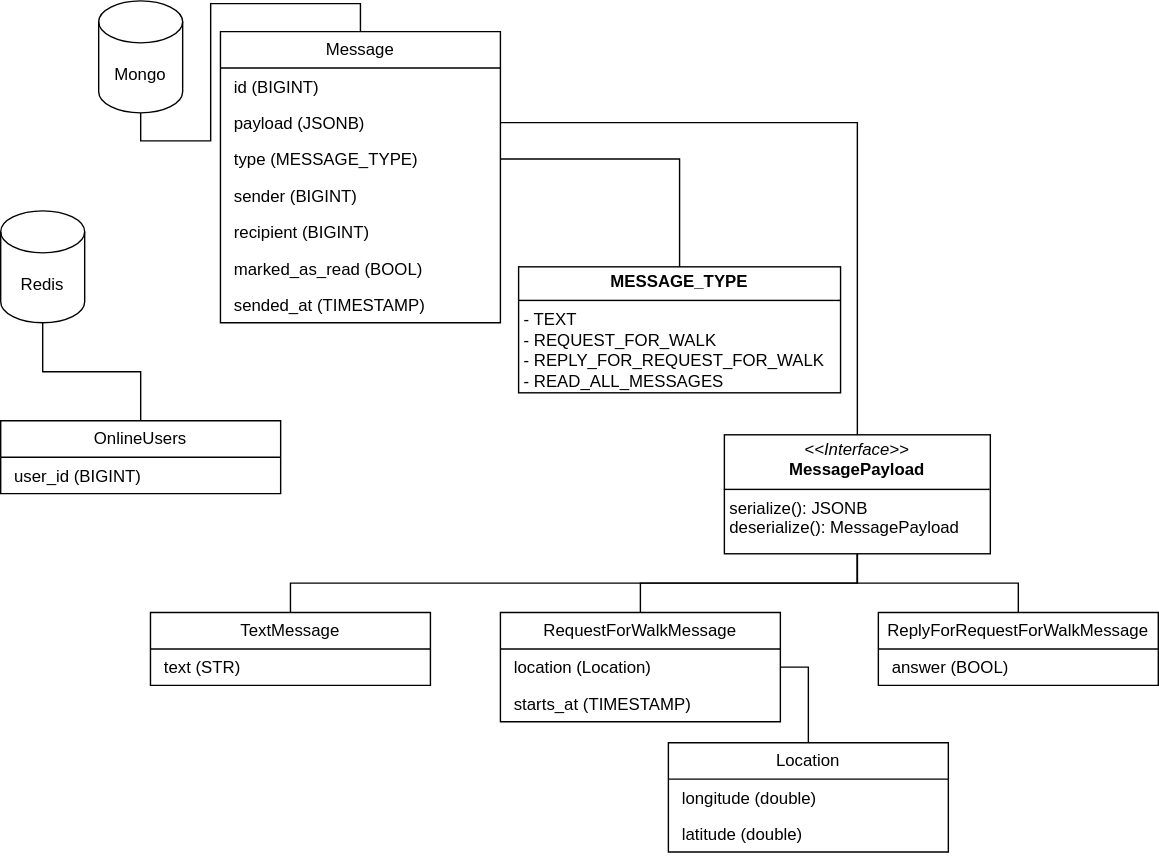
This is doc/img/domain_model.drawio.svg from ru-random-walk/chat-service, a draw.io export, as it was before one commit. Source tidied: cells renumbered, new cells last; positions are measured from the earlier drawing's top-left corner, leaving out a move shared by most shapes.
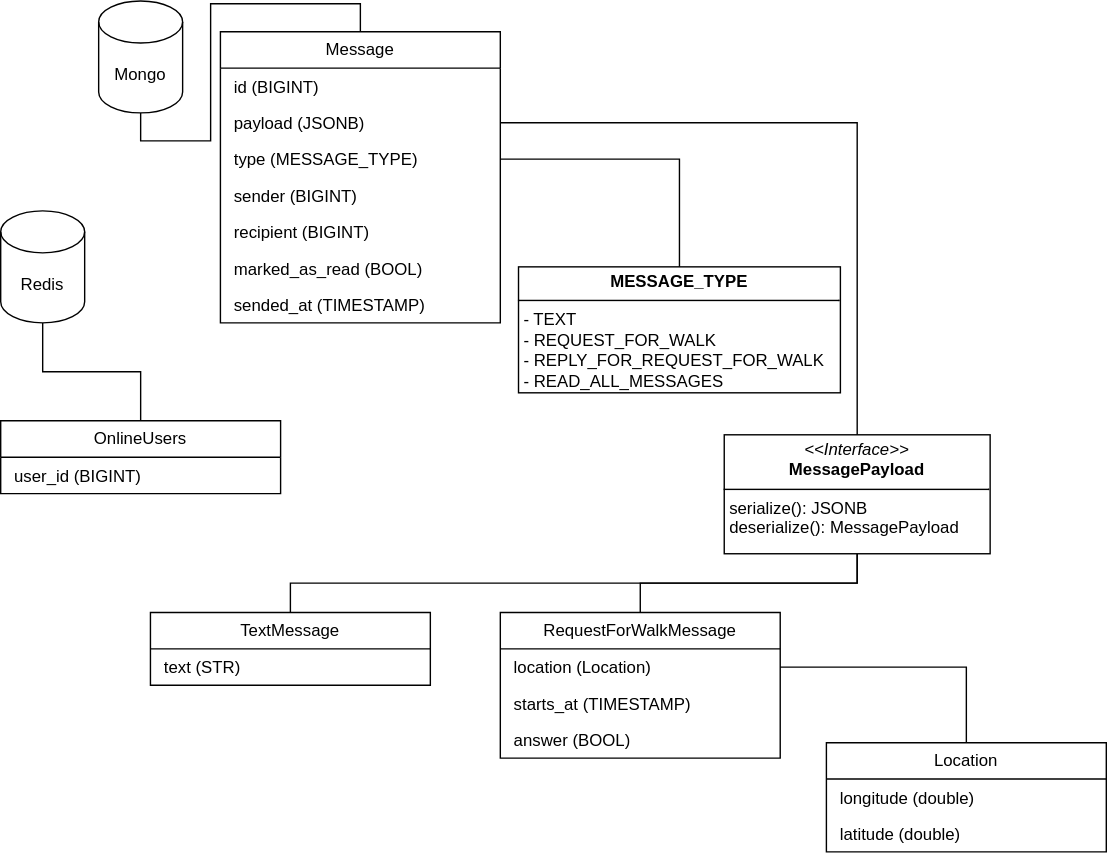
Above is the later version.

Commit message:
RANDOMWALK-7: merge reply walk

What changed in the source:
```diff
@@ -32,9 +32,6 @@
     <mxCell id="11" style="edgeStyle=orthogonalEdgeStyle;rounded=0;jettySize=auto;html=1;exitX=1;exitY=0.5;exitDx=0;exitDy=0;endArrow=none;endFill=0;" parent="1" edge="1" source="5" target="10">
       <mxGeometry relative="1" as="geometry" />
     </mxCell>
-    <mxCell id="12" style="edgeStyle=orthogonalEdgeStyle;rounded=0;jettySize=auto;html=1;exitX=0.5;exitY=1;exitDx=0;exitDy=0;endArrow=none;endFill=0;" parent="1" edge="1" source="15" target="22">
-      <mxGeometry relative="1" as="geometry" />
-    </mxCell>
     <mxCell id="13" style="edgeStyle=orthogonalEdgeStyle;shape=connector;rounded=0;jettySize=auto;html=1;exitX=0.5;exitY=1;exitDx=0;exitDy=0;entryX=0.5;entryY=0;entryDx=0;entryDy=0;strokeColor=default;align=center;verticalAlign=middle;fontFamily=Helvetica;fontSize=11;fontColor=default;labelBackgroundColor=default;endArrow=none;endFill=0;" parent="1" edge="1" source="15" target="19">
       <mxGeometry relative="1" as="geometry" />
     </mxCell>
@@ -54,7 +51,7 @@
       <mxGeometry y="26" width="200" height="26" as="geometry" />
     </mxCell>
     <mxCell id="19" value="RequestForWalkMessage" style="swimlane;fontStyle=0;horizontal=1;startSize=26;fillColor=#FFFFFF;whiteSpace=wrap;html=1;" parent="1" vertex="1">
-      <mxGeometry x="357" y="437" width="200" height="78" as="geometry" />
+      <mxGeometry x="357" y="437" width="200" height="104" as="geometry" />
     </mxCell>
     <mxCell id="20" value="&lt;p style=&quot;margin: 0px 0px 0px 4px;&quot;&gt;location (Location)&lt;/p&gt;" style="text;strokeColor=none;fillColor=none;align=left;verticalAlign=top;spacingLeft=4;spacingRight=4;overflow=hidden;points=[[0,0.5],[1,0.5]];portConstraint=eastwest;whiteSpace=wrap;html=1;" parent="19" vertex="1">
       <mxGeometry y="26" width="200" height="26" as="geometry" />
@@ -62,14 +59,11 @@
     <mxCell id="21" value="&lt;p style=&quot;margin: 0px 0px 0px 4px;&quot;&gt;starts_at (TIMESTAMP)&lt;/p&gt;" style="text;strokeColor=none;fillColor=none;align=left;verticalAlign=top;spacingLeft=4;spacingRight=4;overflow=hidden;whiteSpace=wrap;html=1;" parent="19" vertex="1">
       <mxGeometry y="52" width="200" height="26" as="geometry" />
     </mxCell>
-    <mxCell id="22" value="ReplyForRequestForWalkMessage" style="swimlane;fontStyle=0;horizontal=1;startSize=26;fillColor=#FFFFFF;whiteSpace=wrap;html=1;" parent="1" vertex="1">
-      <mxGeometry x="627" y="437" width="200" height="52" as="geometry" />
-    </mxCell>
-    <mxCell id="23" value="&lt;p style=&quot;margin: 0px 0px 0px 4px;&quot;&gt;answer (BOOL)&lt;/p&gt;" style="text;strokeColor=none;fillColor=none;align=left;verticalAlign=top;spacingLeft=4;spacingRight=4;overflow=hidden;whiteSpace=wrap;html=1;" parent="22" vertex="1">
-      <mxGeometry y="26" width="200" height="26" as="geometry" />
+    <mxCell id="23" value="&lt;p style=&quot;margin: 0px 0px 0px 4px;&quot;&gt;answer (BOOL)&lt;br&gt;&lt;/p&gt;" style="text;strokeColor=none;fillColor=none;align=left;verticalAlign=top;spacingLeft=4;spacingRight=4;overflow=hidden;whiteSpace=wrap;html=1;" parent="19" vertex="1">
+      <mxGeometry y="78" width="200" height="26" as="geometry" />
     </mxCell>
     <mxCell id="24" value="Location" style="swimlane;fontStyle=0;horizontal=1;startSize=26;fillColor=#FFFFFF;whiteSpace=wrap;html=1;" parent="1" vertex="1">
-      <mxGeometry x="477" y="530" width="200" height="78" as="geometry" />
+      <mxGeometry x="590" y="530" width="200" height="78" as="geometry" />
     </mxCell>
     <mxCell id="25" value="&lt;p style=&quot;margin: 0px 0px 0px 4px;&quot;&gt;longitude (double)&lt;br&gt;&lt;/p&gt;" style="text;strokeColor=none;fillColor=none;align=left;verticalAlign=top;spacingLeft=4;spacingRight=4;overflow=hidden;whiteSpace=wrap;html=1;" parent="24" vertex="1">
       <mxGeometry y="26" width="200" height="26" as="geometry" />
```
